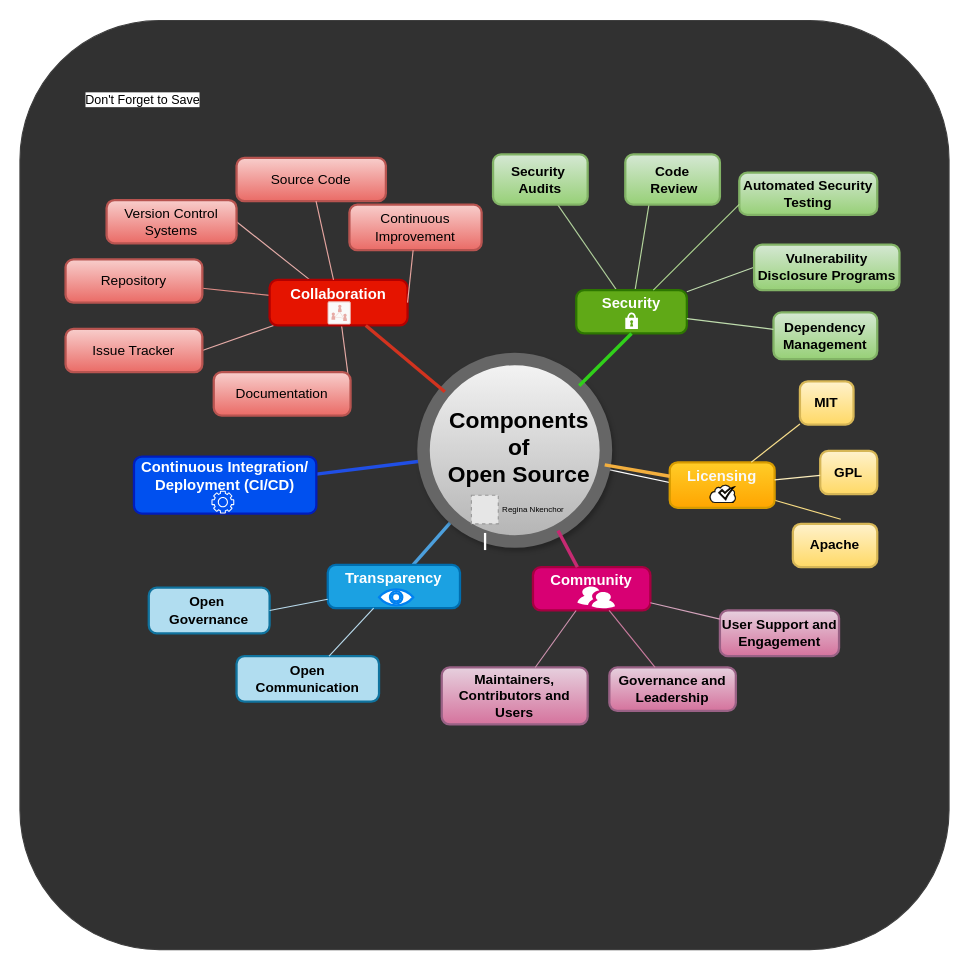
Earlier version of the draw.io diagram Untitled Diagram.drawio (nkemregina/Open-Source-OSPO-Diagrams). Source tidied: cells renumbered, new cells numbered last; positions are measured from the earlier drawing's top-left corner, leaving out a move shared by most shapes. Both pictures are drawn from the tidied source at 114%, with x=0, y=0 at pixel (19, 21). Pictures stored in the file or linked from it are replaced by grey dashed boxes.
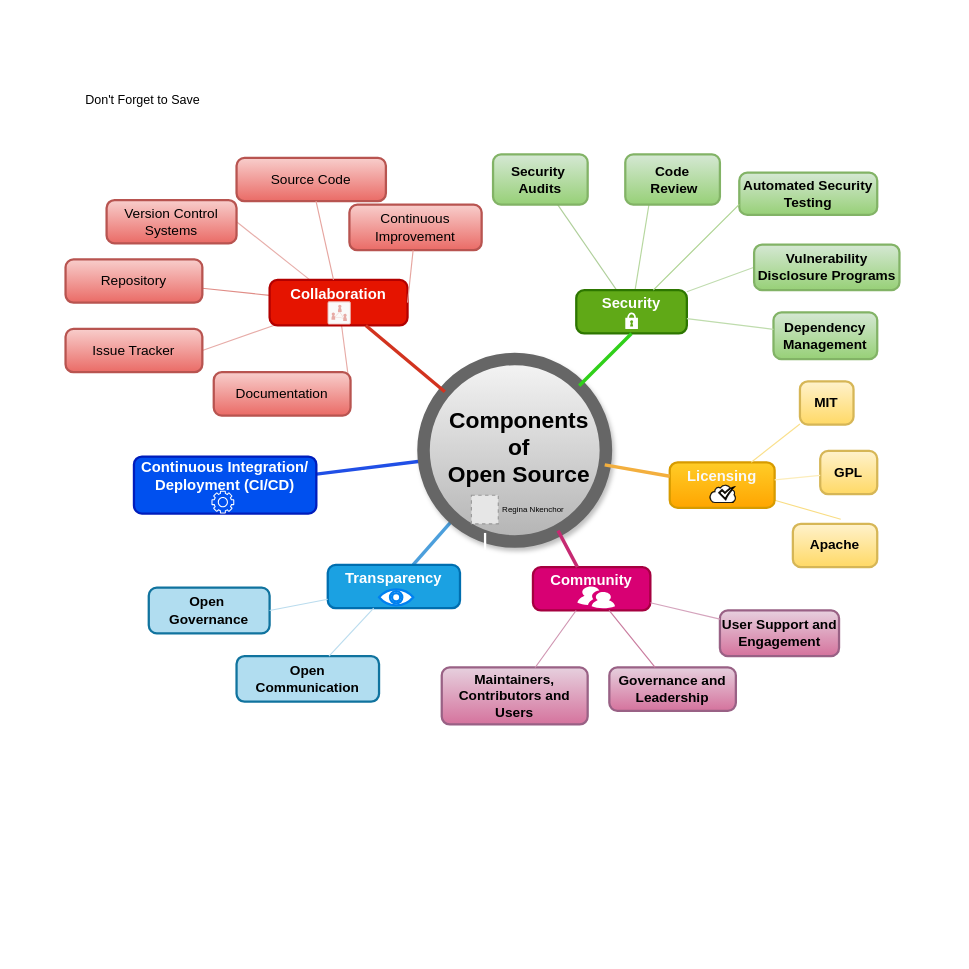
The same diagram, later.

Diff of the diagram source:
```diff
@@
-    <mxCell id="2" style="whiteSpace=wrap;html=1;fontFamily=Helvetica;fontSize=11;fontColor=default;labelBackgroundColor=default;strokeColor=#3f3f3f;fillColor=#313131;fontStyle=1;rounded=1;" parent="1" vertex="1">
-      <mxGeometry y="-0.5" width="815" height="815" as="geometry" />
+    <mxCell id="2" style="whiteSpace=wrap;html=1;fontFamily=Helvetica;fontSize=11;fontColor=#000000;labelBackgroundColor=default;strokeColor=#3f3f3f;fillColor=#000000;fontStyle=1;rounded=1;" parent="1" vertex="1">
+      <mxGeometry x="383.3" y="382.5" width="50" height="50" as="geometry" />
     </mxCell>
```
